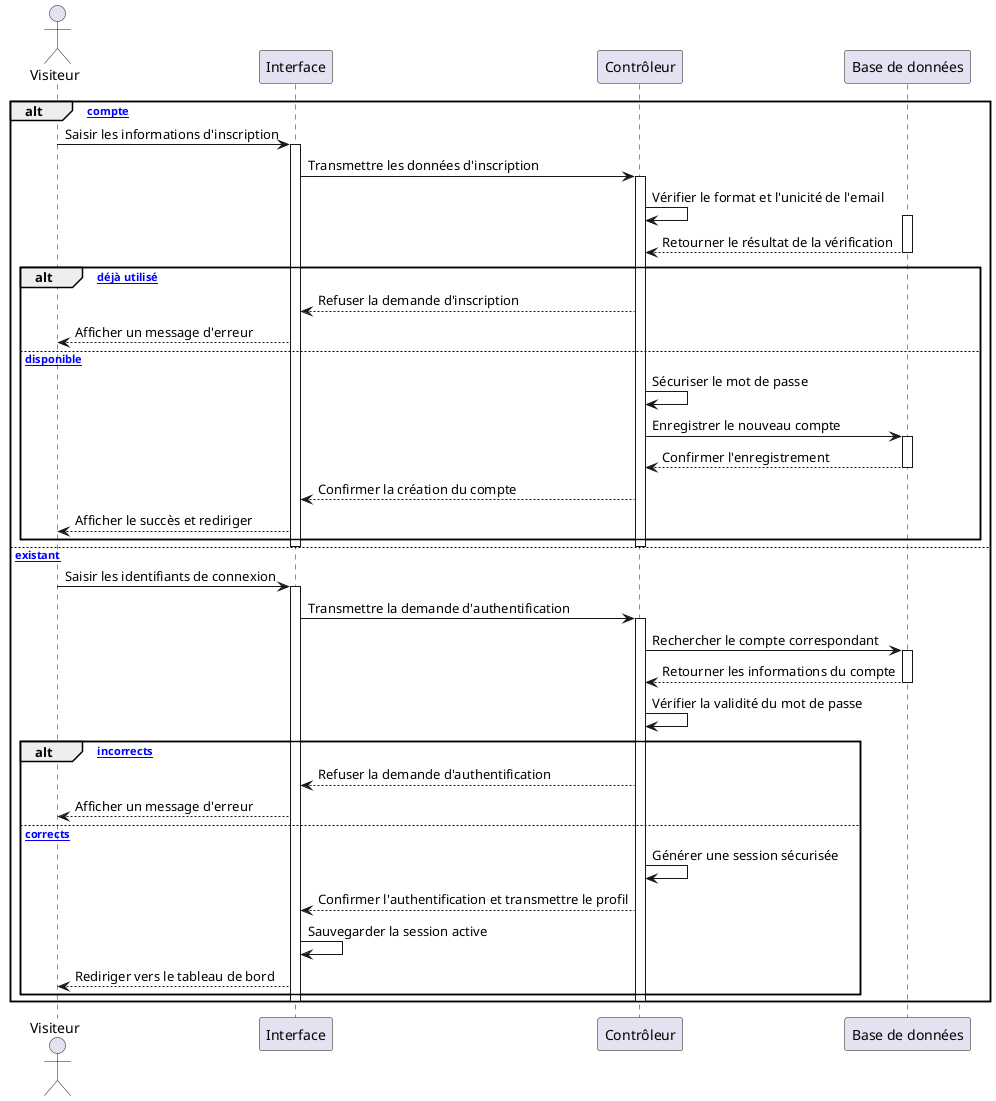
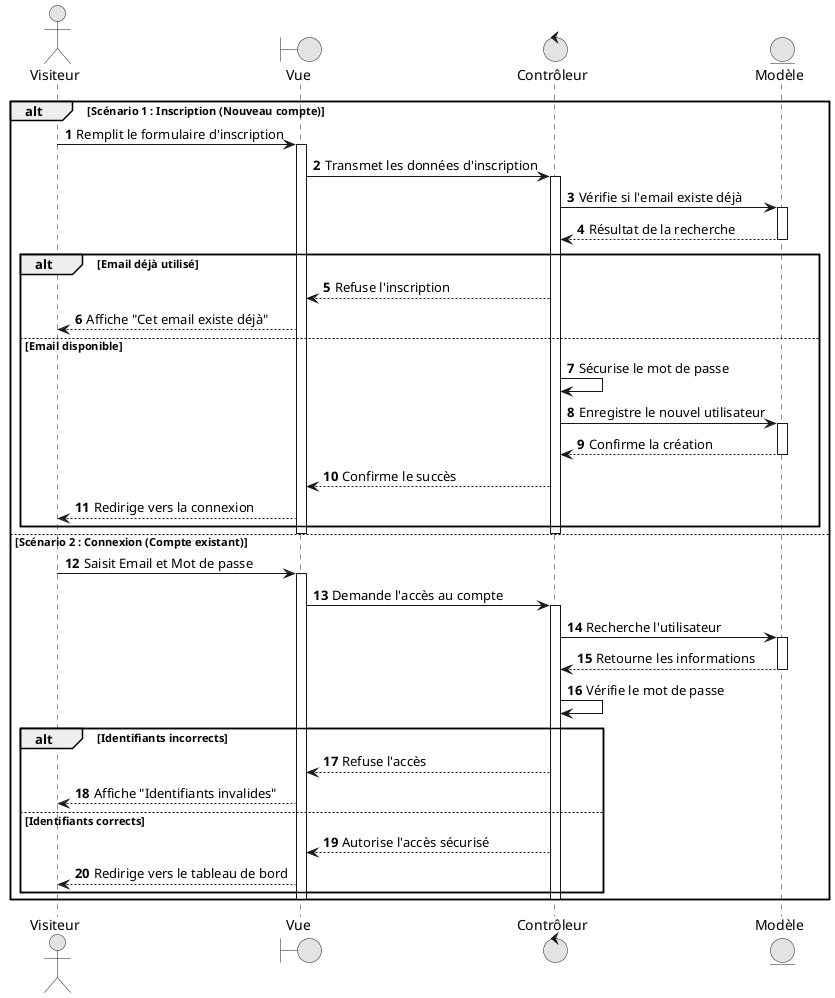
@startuml
+ skinparam monochrome true
skinparam shadowing false
+ autonumber

actor "Visiteur" as user
- participant "Interface" as vue
- participant "Contrôleur" as api
- participant "Base de données" as db
+ boundary "Vue" as vue
+ control "Contrôleur" as ctrl
+ entity "Modèle" as model

- alt [Nouveau compte]
-     user -> vue : Saisir les informations d'inscription
+ alt Scénario 1 : Inscription (Nouveau compte)
+     user -> vue : Remplit le formulaire d'inscription
    activate vue
-     vue -> api : Transmettre les données d'inscription
-     activate api
+     vue -> ctrl : Transmet les données d'inscription
+     activate ctrl

-     api -> api : Vérifier le format et l'unicité de l'email
-     activate db
-     db --> api : Retourner le résultat de la vérification
-     deactivate db
+     ctrl -> model : Vérifie si l'email existe déjà
+     activate model
+     model --> ctrl : Résultat de la recherche
+     deactivate model

-     alt [Email déjà utilisé]
-         api --> vue : Refuser la demande d'inscription
-         vue --> user : Afficher un message d'erreur
-     else [Email disponible]
-         api -> api : Sécuriser le mot de passe
-         api -> db : Enregistrer le nouveau compte
-         activate db
-         db --> api : Confirmer l'enregistrement
-         deactivate db
-         api --> vue : Confirmer la création du compte
-         vue --> user : Afficher le succès et rediriger
+     alt Email déjà utilisé
+         ctrl --> vue : Refuse l'inscription
+         vue --> user : Affiche "Cet email existe déjà"
+     else Email disponible
+         ctrl -> ctrl : Sécurise le mot de passe
+         ctrl -> model : Enregistre le nouvel utilisateur
+         activate model
+         model --> ctrl : Confirme la création
+         deactivate model
+         ctrl --> vue : Confirme le succès
+         vue --> user : Redirige vers la connexion
    end
-     deactivate api
+     deactivate ctrl
    deactivate vue

- else [Compte existant]
-     user -> vue : Saisir les identifiants de connexion
+ else Scénario 2 : Connexion (Compte existant)
+     user -> vue : Saisit Email et Mot de passe
    activate vue
-     vue -> api : Transmettre la demande d'authentification
-     activate api
+     vue -> ctrl : Demande l'accès au compte
+     activate ctrl

-     api -> db : Rechercher le compte correspondant
-     activate db
-     db --> api : Retourner les informations du compte
-     deactivate db
+     ctrl -> model : Recherche l'utilisateur
+     activate model
+     model --> ctrl : Retourne les informations
+     deactivate model

-     api -> api : Vérifier la validité du mot de passe
-     alt [Identifiants incorrects]
-         api --> vue : Refuser la demande d'authentification
-         vue --> user : Afficher un message d'erreur
-     else [Identifiants corrects]
-         api -> api : Générer une session sécurisée
-         api --> vue : Confirmer l'authentification et transmettre le profil
- 
-         vue -> vue : Sauvegarder la session active
-         vue --> user : Rediriger vers le tableau de bord
+     ctrl -> ctrl : Vérifie le mot de passe
+     alt Identifiants incorrects
+         ctrl --> vue : Refuse l'accès
+         vue --> user : Affiche "Identifiants invalides"
+     else Identifiants corrects
+         ctrl --> vue : Autorise l'accès sécurisé
+         vue --> user : Redirige vers le tableau de bord
    end
-     deactivate api
+     deactivate ctrl
    deactivate vue
end
@enduml